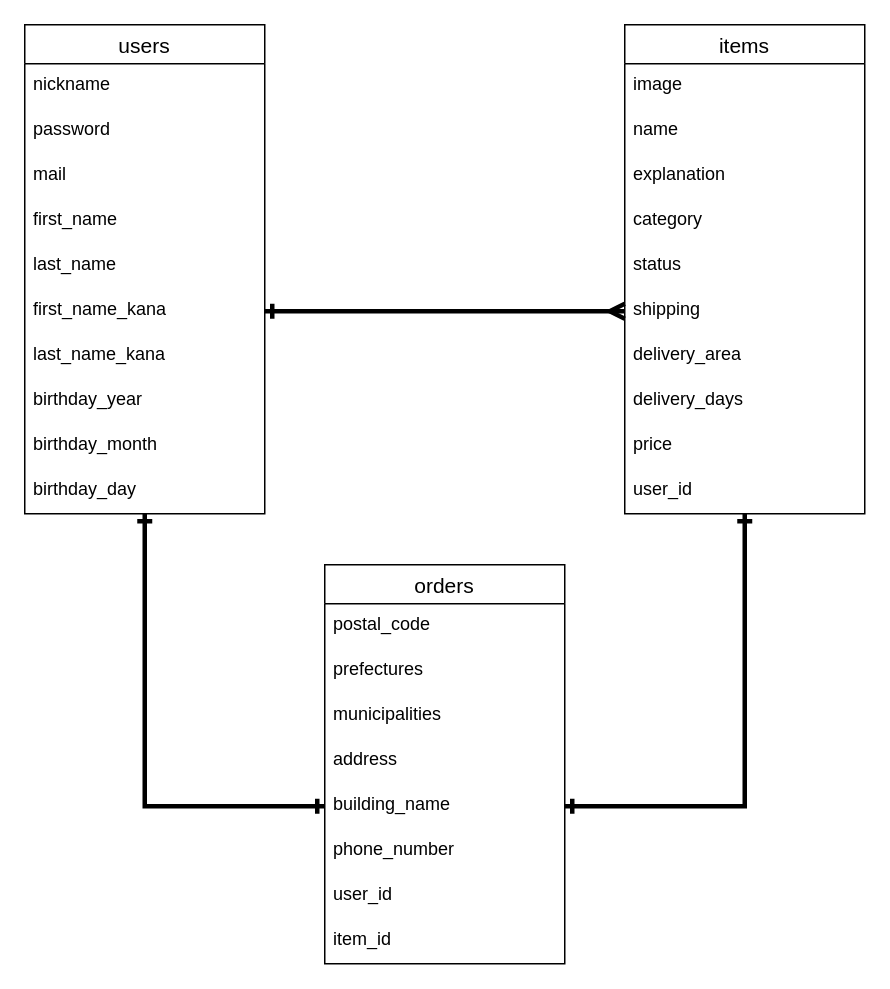
The draw.io diagram DB.dio in o86-r-k-nndd/furima-31050, before the edit. Source tidied: cells renumbered, new cells numbered last; positions are measured from the earlier drawing's top-left corner, leaving out a move shared by most shapes. Both pictures are drawn from the tidied source at 150%, with x=0, y=0 at pixel (24, 24).
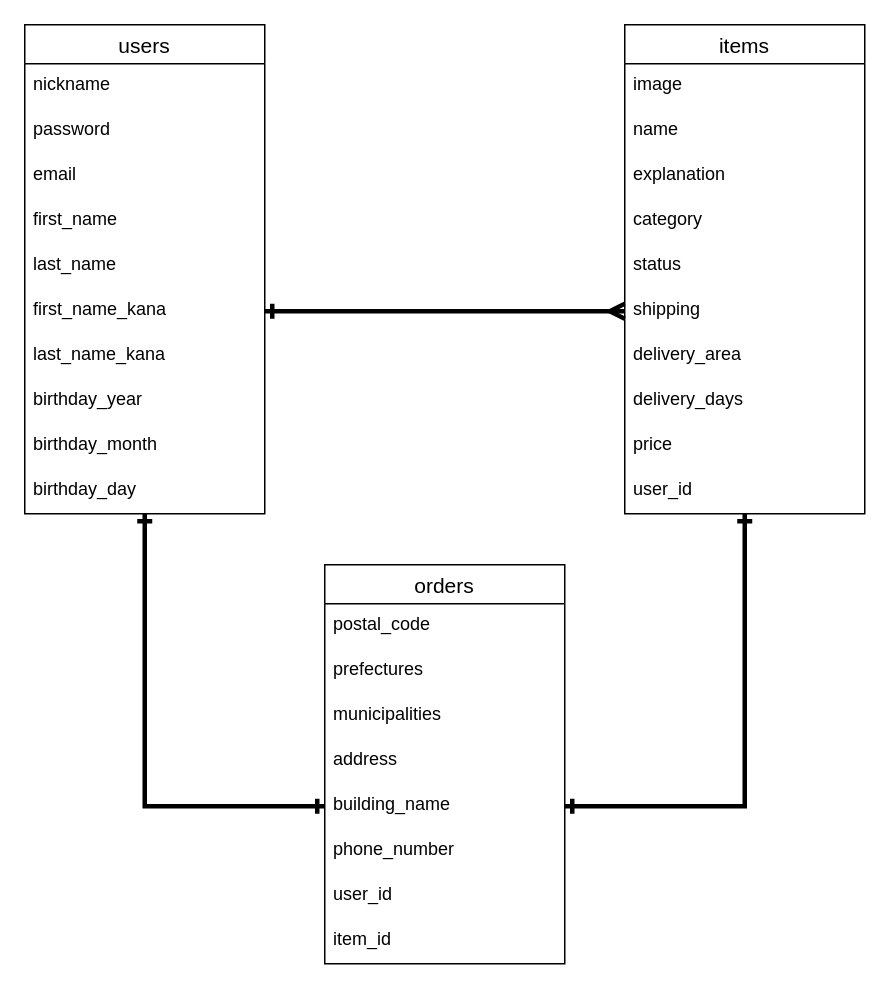
The same diagram, later.

The change refers to these unchanged cells:
```xml
<mxCell id="24" value="users" style="swimlane;fontStyle=0;horizontal=1;startSize=26;align=center;fontSize=14;" parent="1" vertex="1">
  <mxGeometry width="160" height="326" as="geometry" />
</mxCell>
```

Diff of the diagram source:
```diff
@@
-    <mxCell id="27" value="mail" style="text;strokeColor=none;fillColor=none;spacingLeft=4;spacingRight=4;overflow=hidden;fontSize=12;" parent="24" vertex="1">
+    <mxCell id="27" value="email" style="text;strokeColor=none;fillColor=none;spacingLeft=4;spacingRight=4;overflow=hidden;fontSize=12;" parent="24" vertex="1">
       <mxGeometry y="86" width="160" height="30" as="geometry" />
     </mxCell>
```
